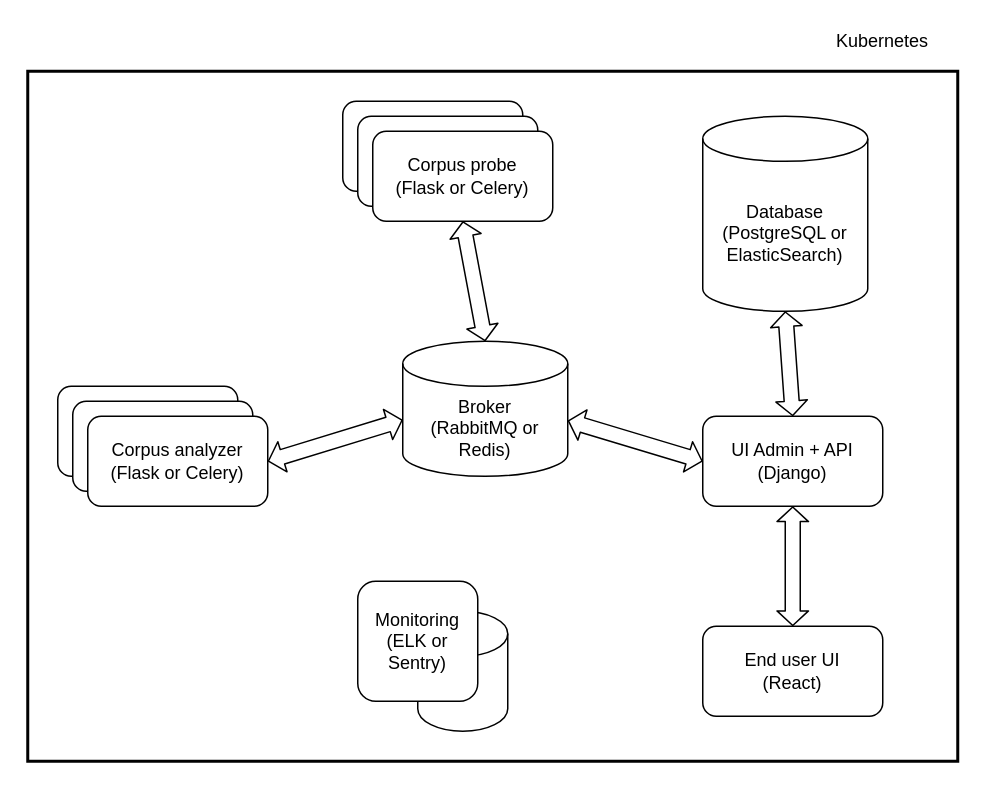
Before: docs/source/architecture.drawio in gfoo/covary, a draw.io diagram. Source tidied: cells renumbered, new cells numbered last; positions are measured from the earlier drawing's top-left corner, leaving out a move shared by most shapes. Both pictures are drawn from the tidied source at 150%, with x=0, y=0 at pixel (27, 26).
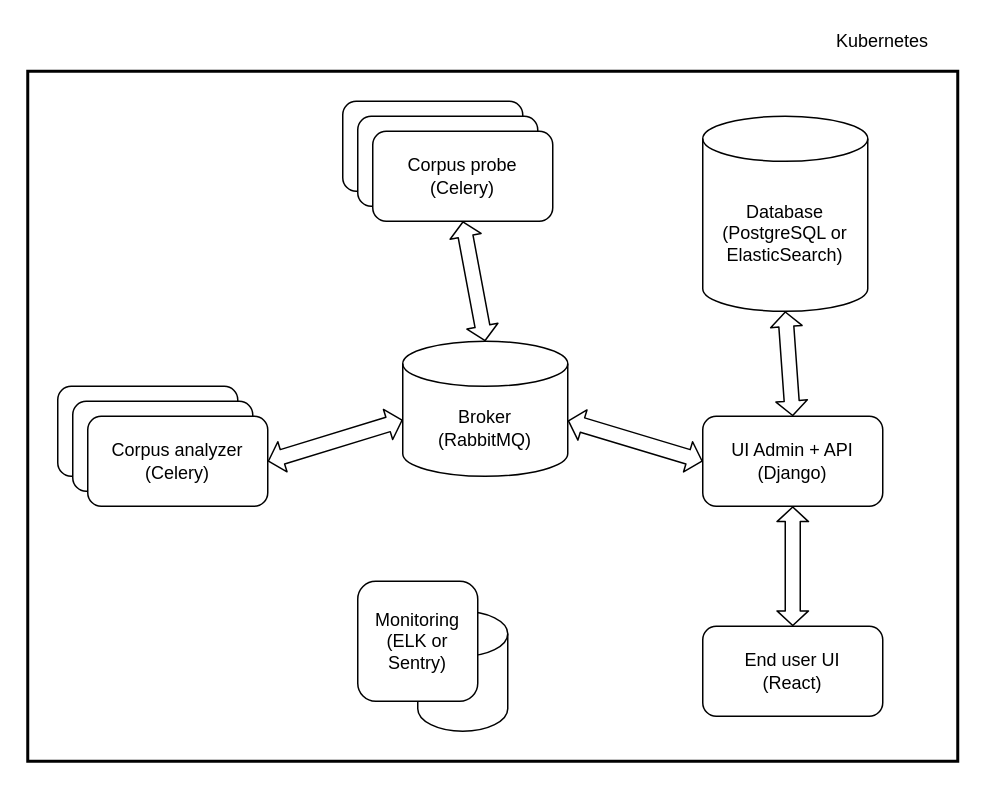
The same page after the edit.

Diff of the diagram source:
```diff
@@
-    <mxCell id="5" value="Broker&lt;br&gt;&lt;div&gt;(RabbitMQ or Redis)&lt;/div&gt;" style="shape=cylinder3;whiteSpace=wrap;html=1;boundedLbl=1;backgroundOutline=1;size=15;" parent="1" vertex="1">
+    <mxCell id="5" value="Broker&lt;br&gt;&lt;div&gt;(RabbitMQ)&lt;/div&gt;" style="shape=cylinder3;whiteSpace=wrap;html=1;boundedLbl=1;backgroundOutline=1;size=15;" parent="1" vertex="1">
       <mxGeometry x="250" y="210" width="110" height="90" as="geometry" />
     </mxCell>
@@
-    <mxCell id="8" value="&lt;div&gt;Corpus probe&lt;/div&gt;&lt;div&gt;(Flask or Celery)&lt;br&gt;&lt;/div&gt;" style="rounded=1;whiteSpace=wrap;html=1;" parent="1" vertex="1">
+    <mxCell id="8" value="&lt;div&gt;Corpus probe&lt;/div&gt;&lt;div&gt;(Celery)&lt;br&gt;&lt;/div&gt;" style="rounded=1;whiteSpace=wrap;html=1;" parent="1" vertex="1">
       <mxGeometry x="230" y="70" width="120" height="60" as="geometry" />
     </mxCell>
@@
-    <mxCell id="11" value="&lt;div&gt;Corpus analyzer&lt;br&gt;&lt;/div&gt;&lt;div&gt;(Flask or Celery)&lt;br&gt;&lt;/div&gt;" style="rounded=1;whiteSpace=wrap;html=1;" parent="1" vertex="1">
+    <mxCell id="11" value="&lt;div&gt;Corpus analyzer&lt;br&gt;&lt;/div&gt;&lt;div&gt;(Celery)&lt;br&gt;&lt;/div&gt;" style="rounded=1;whiteSpace=wrap;html=1;" parent="1" vertex="1">
       <mxGeometry x="40" y="260" width="120" height="60" as="geometry" />
     </mxCell>
```
